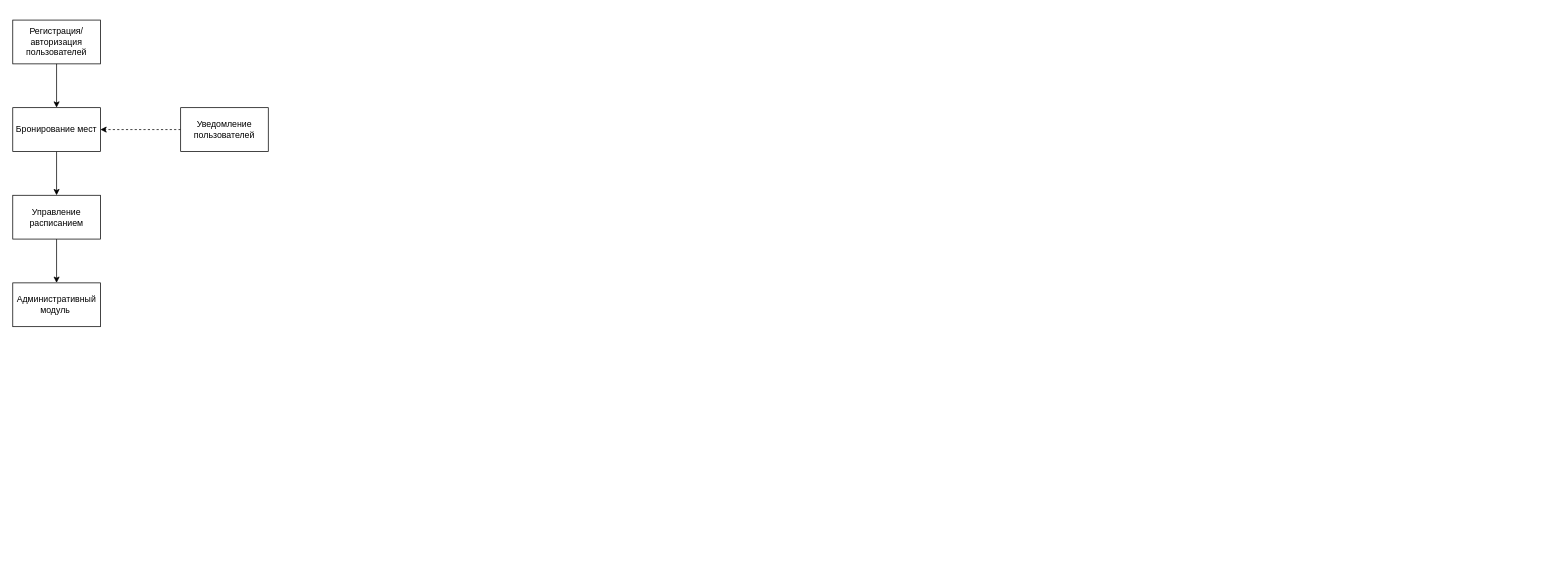
This is Фомин_Схема_взаимодействия_процессов.drawio from BiB-Si/Proyektirovaniye_IS, a draw.io file, before an edit. Source tidied: cells renumbered, new cells numbered last; positions are measured from the earlier drawing's top-left corner, leaving out a move shared by most shapes. Both pictures are drawn from the tidied source at 73%, with x=0, y=0 at pixel (12, 20).
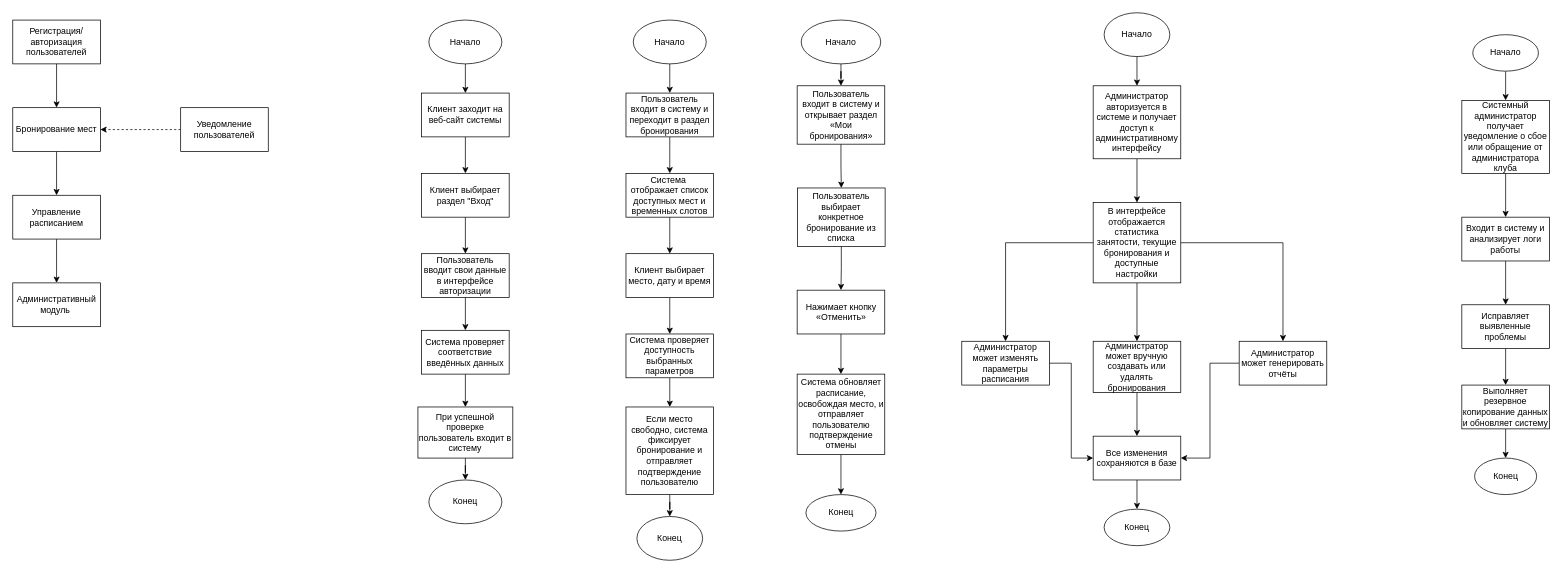
Above is the later version.

What changed in the source:
```diff
@@
+    <mxCell id="11" style="edgeStyle=orthogonalEdgeStyle;rounded=0;jettySize=auto;html=1;" parent="1" edge="1" source="12" target="14">
+      <mxGeometry relative="1" as="geometry" />
+    </mxCell>
+    <mxCell id="12" value="Начало" style="ellipse;whiteSpace=wrap;html=1;" parent="1" vertex="1">
+      <mxGeometry x="570" width="100" height="60" as="geometry" />
+    </mxCell>
+    <mxCell id="13" style="edgeStyle=orthogonalEdgeStyle;rounded=0;jettySize=auto;html=1;" parent="1" edge="1" source="14" target="16">
+      <mxGeometry relative="1" as="geometry" />
+    </mxCell>
+    <mxCell id="14" value="Клиент заходит на веб-сайт системы" style="rounded=0;whiteSpace=wrap;html=1;" parent="1" vertex="1">
+      <mxGeometry x="560" y="100" width="120" height="60" as="geometry" />
+    </mxCell>
+    <mxCell id="15" style="edgeStyle=orthogonalEdgeStyle;rounded=0;jettySize=auto;html=1;" parent="1" edge="1" source="16" target="18">
+      <mxGeometry relative="1" as="geometry" />
+    </mxCell>
+    <mxCell id="16" value="Клиент выбирает раздел &quot;Вход&quot;" style="rounded=0;whiteSpace=wrap;html=1;" parent="1" vertex="1">
+      <mxGeometry x="560" y="210" width="120" height="60" as="geometry" />
+    </mxCell>
+    <mxCell id="17" style="edgeStyle=orthogonalEdgeStyle;rounded=0;jettySize=auto;html=1;" parent="1" edge="1" source="18" target="20">
+      <mxGeometry relative="1" as="geometry" />
+    </mxCell>
+    <mxCell id="18" value="Пользователь вводит свои данные в интерфейсе авторизации" style="rounded=0;whiteSpace=wrap;html=1;" parent="1" vertex="1">
+      <mxGeometry x="560" y="320" width="120" height="60" as="geometry" />
+    </mxCell>
+    <mxCell id="19" style="edgeStyle=orthogonalEdgeStyle;rounded=0;jettySize=auto;html=1;" parent="1" edge="1" source="20" target="22">
+      <mxGeometry relative="1" as="geometry" />
+    </mxCell>
+    <mxCell id="20" value="Система проверяет соответствие введённых данных" style="rounded=0;whiteSpace=wrap;html=1;" parent="1" vertex="1">
+      <mxGeometry x="560" y="425" width="120" height="60" as="geometry" />
+    </mxCell>
+    <mxCell id="21" style="edgeStyle=orthogonalEdgeStyle;rounded=0;jettySize=auto;html=1;" parent="1" edge="1" source="22" target="23">
+      <mxGeometry relative="1" as="geometry" />
+    </mxCell>
+    <mxCell id="22" value="При успешной проверке пользователь входит в систему" style="rounded=0;whiteSpace=wrap;html=1;" parent="1" vertex="1">
+      <mxGeometry x="555" y="530" width="130" height="70" as="geometry" />
+    </mxCell>
+    <mxCell id="23" value="Конец" style="ellipse;whiteSpace=wrap;html=1;" parent="1" vertex="1">
+      <mxGeometry x="570" y="630" width="100" height="60" as="geometry" />
+    </mxCell>
+    <mxCell id="24" style="edgeStyle=orthogonalEdgeStyle;rounded=0;jettySize=auto;html=1;" parent="1" edge="1" source="25" target="27">
+      <mxGeometry relative="1" as="geometry" />
+    </mxCell>
+    <mxCell id="25" value="Начало" style="ellipse;whiteSpace=wrap;html=1;" parent="1" vertex="1">
+      <mxGeometry x="850" width="100" height="60" as="geometry" />
+    </mxCell>
+    <mxCell id="26" style="edgeStyle=orthogonalEdgeStyle;rounded=0;jettySize=auto;html=1;" parent="1" edge="1" source="27" target="29">
+      <mxGeometry relative="1" as="geometry" />
+    </mxCell>
+    <mxCell id="27" value="Пользователь входит в систему и переходит в раздел бронирования" style="rounded=0;whiteSpace=wrap;html=1;" parent="1" vertex="1">
+      <mxGeometry x="840" y="100" width="120" height="60" as="geometry" />
+    </mxCell>
+    <mxCell id="28" style="edgeStyle=orthogonalEdgeStyle;rounded=0;jettySize=auto;html=1;" parent="1" edge="1" source="29" target="31">
+      <mxGeometry relative="1" as="geometry" />
+    </mxCell>
+    <mxCell id="29" value="Система&amp;nbsp; отображает список доступных мест и временных слотов" style="rounded=0;whiteSpace=wrap;html=1;" parent="1" vertex="1">
+      <mxGeometry x="840" y="210" width="120" height="60" as="geometry" />
+    </mxCell>
+    <mxCell id="30" style="edgeStyle=orthogonalEdgeStyle;rounded=0;jettySize=auto;html=1;" parent="1" edge="1" source="31" target="33">
+      <mxGeometry relative="1" as="geometry" />
+    </mxCell>
+    <mxCell id="31" value="Клиент выбирает место, дату и время" style="rounded=0;whiteSpace=wrap;html=1;" parent="1" vertex="1">
+      <mxGeometry x="840" y="320" width="120" height="60" as="geometry" />
+    </mxCell>
+    <mxCell id="32" style="edgeStyle=orthogonalEdgeStyle;rounded=0;jettySize=auto;html=1;" parent="1" edge="1" source="33" target="35">
+      <mxGeometry relative="1" as="geometry" />
+    </mxCell>
+    <mxCell id="33" value="Система проверяет доступность выбранных параметров" style="rounded=0;whiteSpace=wrap;html=1;" parent="1" vertex="1">
+      <mxGeometry x="840" y="430" width="120" height="60" as="geometry" />
+    </mxCell>
+    <mxCell id="34" style="edgeStyle=orthogonalEdgeStyle;rounded=0;jettySize=auto;html=1;" parent="1" edge="1" source="35" target="36">
+      <mxGeometry relative="1" as="geometry" />
+    </mxCell>
+    <mxCell id="35" value="Если место свободно, система фиксирует бронирование и отправляет подтверждение пользователю" style="rounded=0;whiteSpace=wrap;html=1;" parent="1" vertex="1">
+      <mxGeometry x="840" y="530" width="120" height="120" as="geometry" />
+    </mxCell>
+    <mxCell id="36" value="Конец" style="ellipse;whiteSpace=wrap;html=1;" parent="1" vertex="1">
+      <mxGeometry x="855" y="680" width="90" height="60" as="geometry" />
+    </mxCell>
+    <mxCell id="37" style="edgeStyle=orthogonalEdgeStyle;rounded=0;jettySize=auto;html=1;" parent="1" edge="1" source="38" target="40">
+      <mxGeometry relative="1" as="geometry" />
+    </mxCell>
+    <mxCell id="38" value="Начало" style="ellipse;whiteSpace=wrap;html=1;" parent="1" vertex="1">
+      <mxGeometry x="1080" width="109" height="60" as="geometry" />
+    </mxCell>
+    <mxCell id="39" style="edgeStyle=orthogonalEdgeStyle;rounded=0;jettySize=auto;html=1;" parent="1" edge="1" source="40" target="42">
+      <mxGeometry relative="1" as="geometry" />
+    </mxCell>
+    <mxCell id="40" value="Пользователь входит в систему и открывает раздел «Мои бронирования»" style="rounded=0;whiteSpace=wrap;html=1;" parent="1" vertex="1">
+      <mxGeometry x="1074.5" y="90" width="120" height="80" as="geometry" />
+    </mxCell>
+    <mxCell id="41" style="edgeStyle=orthogonalEdgeStyle;rounded=0;jettySize=auto;html=1;" parent="1" edge="1" source="42" target="44">
+      <mxGeometry relative="1" as="geometry" />
+    </mxCell>
+    <mxCell id="42" value="Пользователь выбирает конкретное бронирование из списка" style="rounded=0;whiteSpace=wrap;html=1;" parent="1" vertex="1">
+      <mxGeometry x="1075" y="230" width="120" height="80" as="geometry" />
+    </mxCell>
+    <mxCell id="43" style="edgeStyle=orthogonalEdgeStyle;rounded=0;jettySize=auto;html=1;" parent="1" edge="1" source="44" target="46">
+      <mxGeometry relative="1" as="geometry" />
+    </mxCell>
+    <mxCell id="44" value="Нажимает кнопку «Отменить»" style="whiteSpace=wrap;html=1;rounded=0;" parent="1" vertex="1">
+      <mxGeometry x="1074.5" y="370" width="120" height="60" as="geometry" />
+    </mxCell>
+    <mxCell id="45" style="edgeStyle=orthogonalEdgeStyle;rounded=0;jettySize=auto;html=1;" parent="1" edge="1" source="46" target="47">
+      <mxGeometry relative="1" as="geometry" />
+    </mxCell>
+    <mxCell id="46" value="Система обновляет расписание, освобождая место, и отправляет пользователю подтверждение отмены" style="whiteSpace=wrap;html=1;rounded=0;" parent="1" vertex="1">
+      <mxGeometry x="1074.5" y="485" width="120" height="110" as="geometry" />
+    </mxCell>
+    <mxCell id="47" value="Конец" style="ellipse;whiteSpace=wrap;html=1;" parent="1" vertex="1">
+      <mxGeometry x="1086.5" y="650" width="96" height="50" as="geometry" />
+    </mxCell>
+    <mxCell id="48" style="edgeStyle=orthogonalEdgeStyle;rounded=0;jettySize=auto;html=1;" parent="1" edge="1" source="49" target="51">
+      <mxGeometry relative="1" as="geometry" />
+    </mxCell>
+    <mxCell id="49" value="Начало" style="ellipse;whiteSpace=wrap;html=1;" parent="1" vertex="1">
+      <mxGeometry x="1495" y="-10" width="90" height="60" as="geometry" />
+    </mxCell>
+    <mxCell id="50" style="edgeStyle=orthogonalEdgeStyle;rounded=0;jettySize=auto;html=1;" parent="1" edge="1" source="51" target="55">
+      <mxGeometry relative="1" as="geometry" />
+    </mxCell>
+    <mxCell id="51" value="Администратор авторизуется в системе и получает доступ к административному интерфейсу" style="rounded=0;whiteSpace=wrap;html=1;" parent="1" vertex="1">
+      <mxGeometry x="1480" y="90" width="120" height="100" as="geometry" />
+    </mxCell>
+    <mxCell id="52" style="edgeStyle=orthogonalEdgeStyle;rounded=0;jettySize=auto;html=1;entryX=0.5;entryY=0;entryDx=0;entryDy=0;" parent="1" edge="1" source="55" target="57">
+      <mxGeometry relative="1" as="geometry" />
+    </mxCell>
+    <mxCell id="53" style="edgeStyle=orthogonalEdgeStyle;rounded=0;jettySize=auto;html=1;entryX=0.5;entryY=0;entryDx=0;entryDy=0;" parent="1" edge="1" source="55" target="59">
+      <mxGeometry relative="1" as="geometry" />
+    </mxCell>
+    <mxCell id="54" style="edgeStyle=orthogonalEdgeStyle;rounded=0;jettySize=auto;html=1;entryX=0.5;entryY=0;entryDx=0;entryDy=0;" parent="1" edge="1" source="55" target="61">
+      <mxGeometry relative="1" as="geometry" />
+    </mxCell>
+    <mxCell id="55" value="В интерфейсе отображается статистика занятости, текущие бронирования и доступные настройки" style="rounded=0;whiteSpace=wrap;html=1;" parent="1" vertex="1">
+      <mxGeometry x="1480" y="250" width="120" height="110" as="geometry" />
+    </mxCell>
+    <mxCell id="56" style="edgeStyle=orthogonalEdgeStyle;rounded=0;jettySize=auto;html=1;entryX=0;entryY=0.5;entryDx=0;entryDy=0;" parent="1" edge="1" source="57" target="63">
+      <mxGeometry relative="1" as="geometry" />
+    </mxCell>
+    <mxCell id="57" value="Администратор может&amp;nbsp;изменять параметры расписания" style="rounded=0;whiteSpace=wrap;html=1;" parent="1" vertex="1">
+      <mxGeometry x="1300" y="440" width="120" height="60" as="geometry" />
+    </mxCell>
+    <mxCell id="58" style="edgeStyle=orthogonalEdgeStyle;rounded=0;jettySize=auto;html=1;entryX=0.5;entryY=0;entryDx=0;entryDy=0;" parent="1" edge="1" source="59" target="63">
+      <mxGeometry relative="1" as="geometry" />
+    </mxCell>
+    <mxCell id="59" value="Администратор может&amp;nbsp;вручную создавать или удалять бронирования" style="rounded=0;whiteSpace=wrap;html=1;" parent="1" vertex="1">
+      <mxGeometry x="1480" y="440" width="120" height="70" as="geometry" />
+    </mxCell>
+    <mxCell id="60" style="edgeStyle=orthogonalEdgeStyle;rounded=0;jettySize=auto;html=1;entryX=1;entryY=0.5;entryDx=0;entryDy=0;" parent="1" edge="1" source="61" target="63">
+      <mxGeometry relative="1" as="geometry" />
+    </mxCell>
+    <mxCell id="61" value="Администратор может&amp;nbsp;генерировать отчёты" style="rounded=0;whiteSpace=wrap;html=1;" parent="1" vertex="1">
+      <mxGeometry x="1680" y="440" width="120" height="60" as="geometry" />
+    </mxCell>
+    <mxCell id="62" style="edgeStyle=orthogonalEdgeStyle;rounded=0;jettySize=auto;html=1;" parent="1" edge="1" source="63" target="64">
+      <mxGeometry relative="1" as="geometry" />
+    </mxCell>
+    <mxCell id="63" value="Все изменения сохраняются в базе" style="rounded=0;whiteSpace=wrap;html=1;" parent="1" vertex="1">
+      <mxGeometry x="1480" y="570" width="120" height="60" as="geometry" />
+    </mxCell>
+    <mxCell id="64" value="Конец" style="ellipse;whiteSpace=wrap;html=1;" parent="1" vertex="1">
+      <mxGeometry x="1495" y="670" width="90" height="50" as="geometry" />
+    </mxCell>
+    <mxCell id="65" style="edgeStyle=orthogonalEdgeStyle;rounded=0;jettySize=auto;html=1;" parent="1" edge="1" source="66" target="68">
+      <mxGeometry relative="1" as="geometry" />
+    </mxCell>
+    <mxCell id="66" value="Начало" style="ellipse;whiteSpace=wrap;html=1;" parent="1" vertex="1">
+      <mxGeometry x="2000" y="20" width="90" height="50" as="geometry" />
+    </mxCell>
+    <mxCell id="67" style="edgeStyle=orthogonalEdgeStyle;rounded=0;jettySize=auto;html=1;" parent="1" edge="1" source="68" target="70">
+      <mxGeometry relative="1" as="geometry" />
+    </mxCell>
+    <mxCell id="68" value="Системный администратор получает уведомление о сбое или обращение от администратора клуба" style="rounded=0;whiteSpace=wrap;html=1;" parent="1" vertex="1">
+      <mxGeometry x="1985" y="110" width="120" height="100" as="geometry" />
+    </mxCell>
+    <mxCell id="69" style="edgeStyle=orthogonalEdgeStyle;rounded=0;jettySize=auto;html=1;" parent="1" edge="1" source="70" target="72">
+      <mxGeometry relative="1" as="geometry" />
+    </mxCell>
+    <mxCell id="70" value="Входит в систему и анализирует логи работы" style="rounded=0;whiteSpace=wrap;html=1;" parent="1" vertex="1">
+      <mxGeometry x="1985" y="270" width="120" height="60" as="geometry" />
+    </mxCell>
+    <mxCell id="71" style="edgeStyle=orthogonalEdgeStyle;rounded=0;jettySize=auto;html=1;" parent="1" edge="1" source="72" target="74">
+      <mxGeometry relative="1" as="geometry" />
+    </mxCell>
+    <mxCell id="72" value="Исправляет выявленные проблемы" style="rounded=0;whiteSpace=wrap;html=1;" parent="1" vertex="1">
+      <mxGeometry x="1985" y="390" width="120" height="60" as="geometry" />
+    </mxCell>
+    <mxCell id="73" style="edgeStyle=orthogonalEdgeStyle;rounded=0;jettySize=auto;html=1;" parent="1" edge="1" source="74" target="75">
+      <mxGeometry relative="1" as="geometry" />
+    </mxCell>
+    <mxCell id="74" value="Выполняет резервное копирование данных и обновляет систему" style="rounded=0;whiteSpace=wrap;html=1;" parent="1" vertex="1">
+      <mxGeometry x="1985" y="500" width="120" height="60" as="geometry" />
+    </mxCell>
+    <mxCell id="75" value="Конец" style="ellipse;whiteSpace=wrap;html=1;" parent="1" vertex="1">
+      <mxGeometry x="2002.5" y="600" width="85" height="50" as="geometry" />
+    </mxCell>
```
